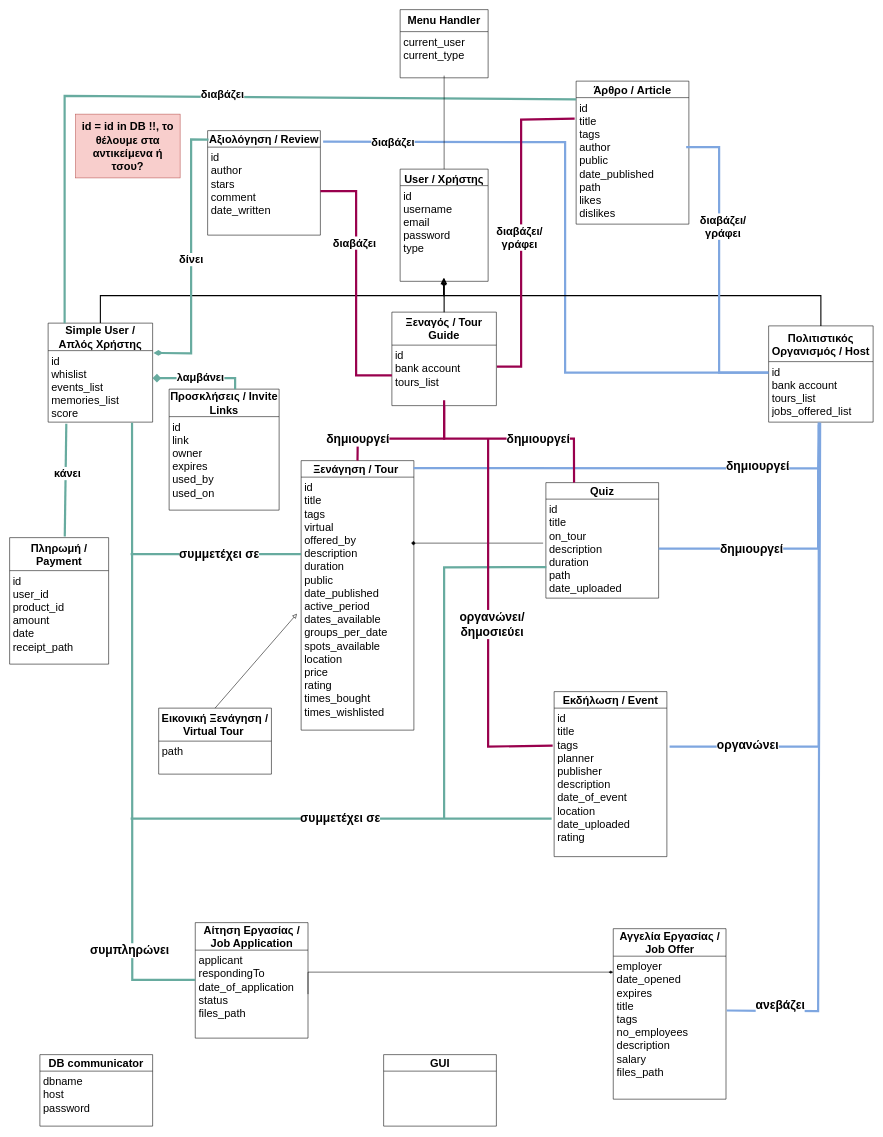
Earlier version of the draw.io diagram Phase-3/Temp files/Diagrams/Domain-Model-v0.2.drawio (sfikastheo/CEID-SoftwareEngineering-2023). Source tidied: cells renumbered, new cells numbered last; positions are measured from the earlier drawing's top-left corner, leaving out a move shared by most shapes. Both pictures are drawn from the tidied source at 55%, with x=0, y=0 at pixel (9, 9).
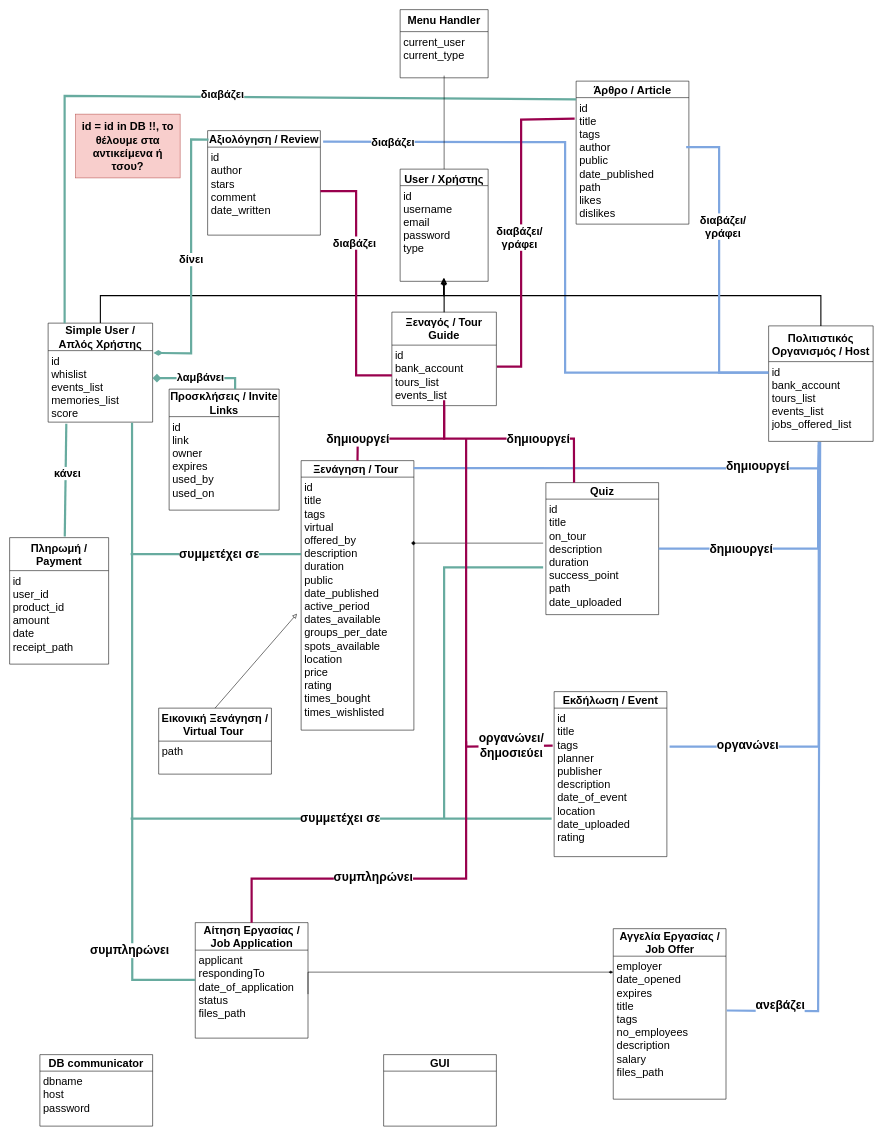
The same page after the edit.

Commit message (it also covers changes not shown here):
updated domain model diagram, added DomainModel_v0.2 text file

Unchanged cells that the change refers to:
```xml
<mxCell id="8" value="&lt;b style=&quot;font-size: 20px;&quot;&gt;Ξεναγός / Tour Guide&lt;/b&gt;" style="swimlane;fontStyle=0;horizontal=1;startSize=60;whiteSpace=wrap;html=1;verticalAlign=middle;fontSize=20;" parent="1" vertex="1">
  <mxGeometry x="695" y="550" width="190" height="170" as="geometry" />
</mxCell>
<mxCell id="18" value="&lt;b style=&quot;font-size: 20px;&quot;&gt;Αίτηση Εργασίας / Job Application&lt;/b&gt;" style="swimlane;fontStyle=0;horizontal=1;startSize=50;whiteSpace=wrap;html=1;fontSize=20;" parent="1" vertex="1">
  <mxGeometry x="337.5" y="1660" width="205" height="210" as="geometry" />
</mxCell>
<mxCell id="26" value="id&amp;nbsp;&lt;br style=&quot;font-size: 20px;&quot;&gt;title&lt;br style=&quot;font-size: 20px;&quot;&gt;tags&lt;br style=&quot;font-size: 20px;&quot;&gt;planner&lt;br style=&quot;font-size: 20px;&quot;&gt;publisher&lt;br style=&quot;font-size: 20px;&quot;&gt;description&lt;br style=&quot;font-size: 20px;&quot;&gt;date_of_event&lt;br&gt;location&lt;br style=&quot;font-size: 20px;&quot;&gt;date_uploaded&lt;br style=&quot;font-size: 20px;&quot;&gt;rating" style="text;strokeColor=none;fillColor=none;align=left;verticalAlign=top;spacingLeft=4;spacingRight=4;overflow=hidden;points=[[0,0.5],[1,0.5]];portConstraint=eastwest;whiteSpace=wrap;html=1;fontSize=20;" parent="25" vertex="1">
  <mxGeometry y="30" width="205" height="270" as="geometry" />
</mxCell>
```

What changed in the source:
```diff
@@
-    <mxCell id="9" value="id&lt;br style=&quot;font-size: 20px;&quot;&gt;bank account&lt;br style=&quot;font-size: 20px;&quot;&gt;tours_list&lt;br style=&quot;font-size: 20px;&quot;&gt;" style="text;strokeColor=none;fillColor=none;align=left;verticalAlign=top;spacingLeft=4;spacingRight=4;overflow=hidden;points=[[0,0.5],[1,0.5]];portConstraint=eastwest;whiteSpace=wrap;html=1;fontSize=20;" parent="8" vertex="1">
+    <mxCell id="9" value="id&lt;br style=&quot;font-size: 20px;&quot;&gt;bank_account&lt;br style=&quot;font-size: 20px;&quot;&gt;tours_list&lt;br&gt;events_list" style="text;strokeColor=none;fillColor=none;align=left;verticalAlign=top;spacingLeft=4;spacingRight=4;overflow=hidden;points=[[0,0.5],[1,0.5]];portConstraint=eastwest;whiteSpace=wrap;html=1;fontSize=20;" parent="8" vertex="1">
       <mxGeometry y="60" width="190" height="110" as="geometry" />
     </mxCell>
@@
     <mxCell id="11" value="&lt;b style=&quot;font-size: 20px;&quot;&gt;Πολιτιστικός Οργανισμός / Host&lt;/b&gt;" style="swimlane;fontStyle=0;horizontal=1;startSize=65;whiteSpace=wrap;html=1;verticalAlign=middle;fontSize=20;" parent="1" vertex="1">
-      <mxGeometry x="1380" y="575" width="190" height="175" as="geometry" />
+      <mxGeometry x="1380" y="575" width="190" height="210" as="geometry" />
     </mxCell>
-    <mxCell id="12" value="id&lt;br style=&quot;font-size: 20px;&quot;&gt;bank account&lt;br style=&quot;font-size: 20px;&quot;&gt;tours_list&lt;br style=&quot;font-size: 20px;&quot;&gt;jobs_offered_list" style="text;strokeColor=none;fillColor=none;align=left;verticalAlign=top;spacingLeft=4;spacingRight=4;overflow=hidden;points=[[0,0.5],[1,0.5]];portConstraint=eastwest;whiteSpace=wrap;html=1;fontSize=20;" parent="11" vertex="1">
-      <mxGeometry y="65" width="190" height="110" as="geometry" />
+    <mxCell id="12" value="id&lt;br style=&quot;font-size: 20px;&quot;&gt;bank_account&lt;br style=&quot;font-size: 20px;&quot;&gt;tours_list&lt;br style=&quot;font-size: 20px;&quot;&gt;events_list&lt;br&gt;jobs_offered_list" style="text;strokeColor=none;fillColor=none;align=left;verticalAlign=top;spacingLeft=4;spacingRight=4;overflow=hidden;points=[[0,0.5],[1,0.5]];portConstraint=eastwest;whiteSpace=wrap;html=1;fontSize=20;" parent="11" vertex="1">
+      <mxGeometry y="65" width="190" height="145" as="geometry" />
     </mxCell>
@@
     <mxCell id="27" value="&lt;b style=&quot;font-size: 20px;&quot;&gt;Quiz&lt;/b&gt;" style="swimlane;fontStyle=0;horizontal=1;startSize=30;whiteSpace=wrap;html=1;fontSize=20;" parent="1" vertex="1">
-      <mxGeometry x="975" y="860" width="205" height="210" as="geometry" />
+      <mxGeometry x="975" y="860" width="205" height="240" as="geometry" />
     </mxCell>
-    <mxCell id="28" value="id&amp;nbsp;&lt;br style=&quot;font-size: 20px;&quot;&gt;title&lt;br style=&quot;font-size: 20px;&quot;&gt;on_tour&lt;br style=&quot;font-size: 20px;&quot;&gt;description&lt;br style=&quot;font-size: 20px;&quot;&gt;duration&lt;br style=&quot;font-size: 20px;&quot;&gt;path&lt;br style=&quot;font-size: 20px;&quot;&gt;date_uploaded" style="text;strokeColor=none;fillColor=none;align=left;verticalAlign=top;spacingLeft=4;spacingRight=4;overflow=hidden;points=[[0,0.5],[1,0.5]];portConstraint=eastwest;whiteSpace=wrap;html=1;fontSize=20;" parent="27" vertex="1">
-      <mxGeometry y="30" width="205" height="180" as="geometry" />
+    <mxCell id="28" value="id&amp;nbsp;&lt;br style=&quot;font-size: 20px;&quot;&gt;title&lt;br style=&quot;font-size: 20px;&quot;&gt;on_tour&lt;br style=&quot;font-size: 20px;&quot;&gt;description&lt;br style=&quot;font-size: 20px;&quot;&gt;duration&lt;br&gt;success_point&lt;br style=&quot;font-size: 20px;&quot;&gt;path&lt;br style=&quot;font-size: 20px;&quot;&gt;date_uploaded" style="text;strokeColor=none;fillColor=none;align=left;verticalAlign=top;spacingLeft=4;spacingRight=4;overflow=hidden;points=[[0,0.5],[1,0.5]];portConstraint=eastwest;whiteSpace=wrap;html=1;fontSize=20;" parent="27" vertex="1">
+      <mxGeometry y="30" width="205" height="210" as="geometry" />
     </mxCell>
@@
-    <mxCell id="41" style="endArrow=none;html=1;rounded=0;exitX=1;exitY=0.5;exitDx=0;exitDy=0;entryX=0.487;entryY=1.009;entryDx=0;entryDy=0;entryPerimeter=0;strokeColor=#7EA6E0;strokeWidth=4;fontSize=20;" parent="1" edge="1" source="28" target="12">
+    <mxCell id="41" style="endArrow=none;html=1;rounded=0;entryX=0.487;entryY=1.009;entryDx=0;entryDy=0;entryPerimeter=0;strokeColor=#7EA6E0;strokeWidth=4;fontSize=20;" parent="1" edge="1" target="12">
       <mxGeometry relative="1" as="geometry">
+        <mxPoint x="1180" y="980" as="sourcePoint" />
         <Array as="points">
           <mxPoint x="1470" y="980" />
           <mxPoint x="1470" y="840" />
         </Array>
       </mxGeometry>
     </mxCell>
@@
-    <mxCell id="63" style="endArrow=none;html=1;rounded=0;entryX=0.004;entryY=0.687;entryDx=0;entryDy=0;entryPerimeter=0;strokeColor=#67AB9F;strokeWidth=4;" parent="1" edge="1" target="28">
+    <mxCell id="63" style="endArrow=none;html=1;rounded=0;strokeColor=#67AB9F;strokeWidth=4;" parent="1" edge="1">
       <mxGeometry relative="1" as="geometry">
         <mxPoint x="790" y="1470" as="sourcePoint" />
+        <mxPoint x="970" y="1014" as="targetPoint" />
         <Array as="points">
           <mxPoint x="790" y="1014" />
         </Array>
       </mxGeometry>
     </mxCell>
     <mxCell id="64" style="endArrow=none;html=1;rounded=0;strokeColor=#99004D;strokeWidth=4;fontSize=20;exitX=-0.013;exitY=0.252;exitDx=0;exitDy=0;exitPerimeter=0;" parent="1" edge="1" source="26">
       <mxGeometry relative="1" as="geometry">
-        <mxPoint x="870" y="780" as="targetPoint" />
+        <mxPoint x="830" y="780" as="targetPoint" />
         <Array as="points">
-          <mxPoint x="870" y="1340" />
+          <mxPoint x="830" y="1340" />
+          <mxPoint x="830" y="990" />
         </Array>
       </mxGeometry>
     </mxCell>
@@
     <mxCell id="75" value="&lt;span style=&quot;font-size: 22px;&quot;&gt;&lt;b&gt;οργανώνει/&lt;br&gt;δημοσιεύει&lt;br&gt;&lt;/b&gt;&lt;/span&gt;" style="edgeLabel;html=1;align=center;verticalAlign=middle;" parent="1" vertex="1">
-      <mxGeometry x="885" y="1120" as="geometry">
+      <mxGeometry x="920" y="1340" as="geometry">
         <mxPoint x="-9" y="-3" as="offset" />
       </mxGeometry>
     </mxCell>
@@
+    <mxCell id="80" style="endArrow=none;html=1;rounded=0;strokeColor=#99004D;strokeWidth=4;fontSize=20;exitX=0.5;exitY=0;exitDx=0;exitDy=0;" parent="1" edge="1" source="18">
+      <mxGeometry relative="1" as="geometry">
+        <mxPoint x="830" y="1330" as="targetPoint" />
+        <Array as="points">
+          <mxPoint x="440" y="1580" />
+          <mxPoint x="830" y="1580" />
+        </Array>
+      </mxGeometry>
+    </mxCell>
+    <mxCell id="81" value="&lt;span style=&quot;font-size: 22px;&quot;&gt;&lt;b&gt;συμπληρώνει&lt;/b&gt;&lt;/span&gt;" style="edgeLabel;html=1;align=center;verticalAlign=middle;" parent="1" vertex="1">
+      <mxGeometry x="660" y="1577" as="geometry" />
+    </mxCell>
```
